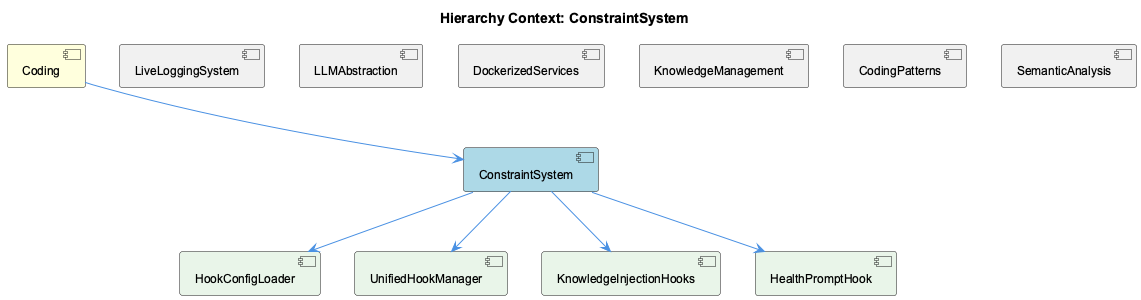
Before: knowledge-management/insights/images/constraint-system-relationship.png, a diagram exported from PlantUML (fwornle/coding).
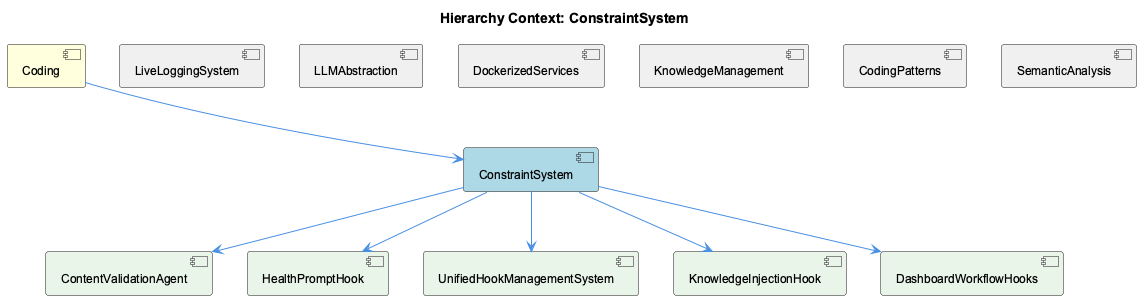
Later version of the same file.

Diff of the diagram source:
```diff
@@ -11,10 +11,11 @@
 [KnowledgeManagement] as knowledge_management #F0F0F0
 [CodingPatterns] as coding_patterns #F0F0F0
 [SemanticAnalysis] as semantic_analysis #F0F0F0
-[HookConfigLoader] as hook_config_loader #E8F5E8
-[UnifiedHookManager] as unified_hook_manager #E8F5E8
-[KnowledgeInjectionHooks] as knowledge_injection_hooks #E8F5E8
+[ContentValidationAgent] as content_validation_agent #E8F5E8
 [HealthPromptHook] as health_prompt_hook #E8F5E8
+[UnifiedHookManagementSystem] as unified_hook_management_system #E8F5E8
+[KnowledgeInjectionHook] as knowledge_injection_hook #E8F5E8
+[DashboardWorkflowHooks] as dashboard_workflow_hooks #E8F5E8
 
 coding --> constraint_system
 live_logging_system -[hidden]- constraint_system
@@ -23,9 +24,10 @@
 knowledge_management -[hidden]- constraint_system
 coding_patterns -[hidden]- constraint_system
 semantic_analysis -[hidden]- constraint_system
-constraint_system --> hook_config_loader
-constraint_system --> unified_hook_manager
-constraint_system --> knowledge_injection_hooks
+constraint_system --> content_validation_agent
 constraint_system --> health_prompt_hook
+constraint_system --> unified_hook_management_system
+constraint_system --> knowledge_injection_hook
+constraint_system --> dashboard_workflow_hooks
 
 @enduml
```
